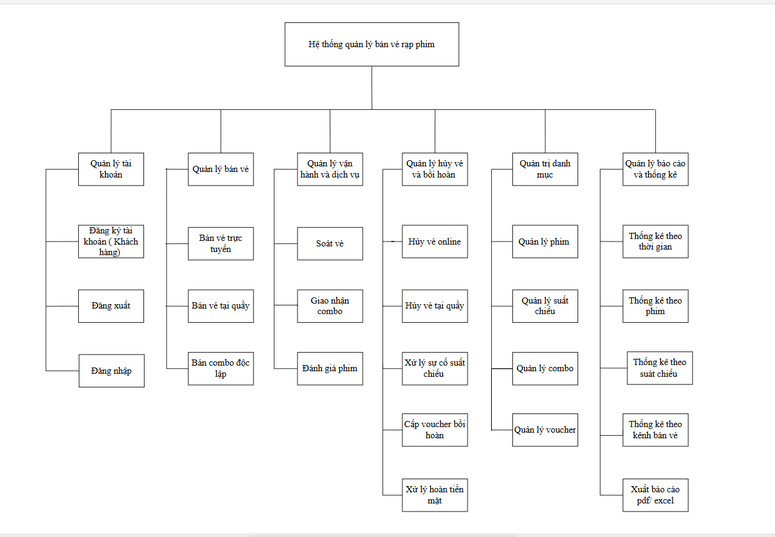
MaGiaVy/CinemaLUMI keeps this PlantUML diagram as So_Do_UML_Va_CSDL/00_BFD/2.1_BFD_LumiCinema.png. Above is the earlier version. Its source is kept beside it as So_Do_UML_Va_CSDL/01_UseCase_Diagrams/2.2_usecase_tong_quat.puml.
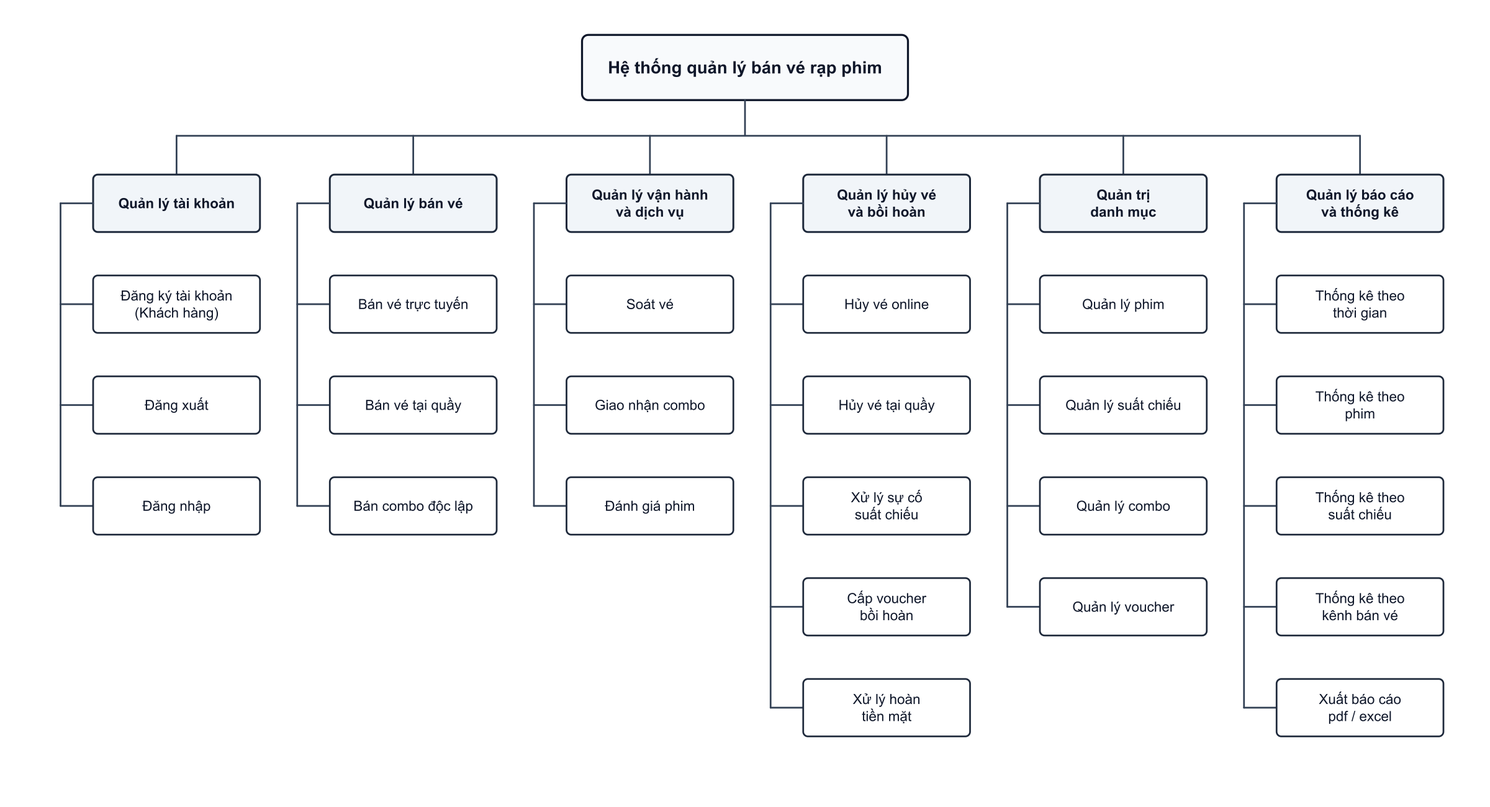
The same diagram one commit later.

The edit, as a diff of the source:
```diff
@@ -1,8 +1,12 @@
 @startuml
 title Sơ đồ Use Case Tổng Quát - Hệ Thống LumiCinema
-left to right direction
+top to bottom direction
 skinparam shadowing false
 skinparam packageStyle rectangle
+skinparam nodesep 25
+skinparam ranksep 65
+skinparam defaultFontName Arial
+skinparam defaultFontSize 12
 skinparam usecase {
   BackgroundColor #F8FAFC
   BorderColor #334155
@@ -10,52 +14,55 @@
 }
 
 actor "Khách hàng" as Customer
-actor "Nhân viên" as Staff
-actor "Admin" as Admin
 
 rectangle "Hệ thống LumiCinema" {
   usecase "Đăng ký" as UC_Register
-  usecase "Đăng nhập" as UC_Login
-  usecase "Đăng xuất" as UC_Logout
-
   usecase "Mua vé và đặt combo online" as UC_BookOnline
   usecase "Quản lý vé của khách hàng\n(xem, yêu cầu hủy)" as UC_MyTickets
   usecase "Đánh giá phim" as UC_Review
 
+  usecase "Đăng nhập" as UC_Login
+  usecase "Đăng xuất" as UC_Logout
+
   usecase "Bán vé & Soát vé tại quầy" as UC_POS
   usecase "Hủy vé & bồi hoàn" as UC_CancelRefund
   usecase "Xử lý sự cố" as UC_Incident
-
   usecase "Quản lý danh mục\n(Phim, Suất chiếu, Combo, Voucher)" as UC_Catalog
   usecase "Xem báo cáo doanh thu" as UC_Revenue
 }
 
+actor "Nhân viên" as Staff
+actor "Admin" as Admin
+
+UC_BookOnline -[hidden]-> UC_Logout
+UC_Logout -[hidden]-> UC_POS
+
 Customer --> UC_Register
-Customer --> UC_Login
-Customer --> UC_Logout
 Customer --> UC_BookOnline
 Customer --> UC_MyTickets
 Customer --> UC_Review
+Customer --> UC_Login
+Customer --> UC_Logout
 
-Staff --> UC_Login
-Staff --> UC_Logout
-Staff --> UC_POS
-Staff --> UC_CancelRefund
-Staff --> UC_Incident
+UC_POS <-- Staff
+UC_CancelRefund <-- Staff
+UC_Incident <-- Staff
+UC_Login <-- Staff
+UC_Logout <-- Staff
 
-Admin --> UC_Login
-Admin --> UC_Logout
-Admin --> UC_Catalog
-Admin --> UC_Revenue
-Admin --> UC_CancelRefund
-Admin --> UC_Incident
+UC_CancelRefund <-- Admin
+UC_Incident <-- Admin
+UC_Catalog <-- Admin
+UC_Revenue <-- Admin
+UC_Login <-- Admin
+UC_Logout <-- Admin
 
 UC_BookOnline ..> UC_Login : <<include>>
 UC_MyTickets ..> UC_Login : <<include>>
 UC_Review ..> UC_Login : <<include>>
-UC_POS ..> UC_Login : <<include>>
-UC_CancelRefund ..> UC_Login : <<include>>
-UC_Incident ..> UC_Login : <<include>>
-UC_Catalog ..> UC_Login : <<include>>
-UC_Revenue ..> UC_Login : <<include>>
+UC_Login <.. UC_POS : <<include>>
+UC_Login <.. UC_CancelRefund : <<include>>
+UC_Login <.. UC_Incident : <<include>>
+UC_Login <.. UC_Catalog : <<include>>
+UC_Login <.. UC_Revenue : <<include>>
 @enduml
```
